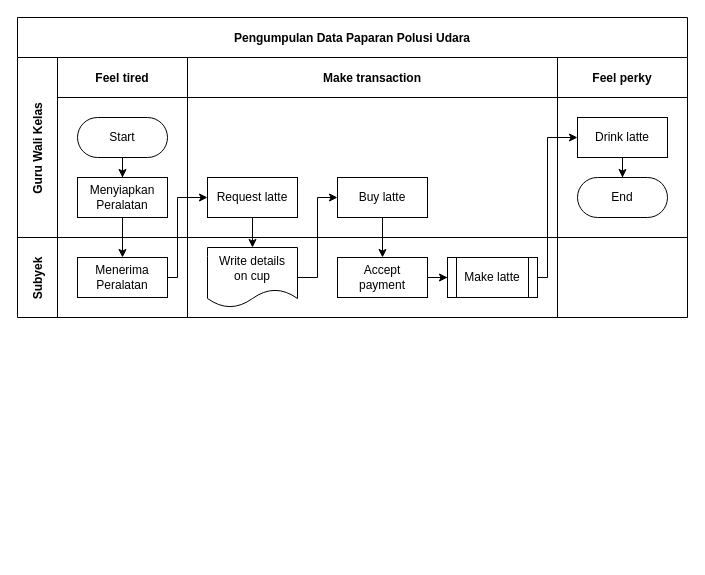
Earlier version of the draw.io diagram data_collection_breathe.drawio (dwi-agustian/udara). Source tidied: cells renumbered, new cells numbered last; positions are measured from the earlier drawing's top-left corner, leaving out a move shared by most shapes. Both pictures are drawn from the tidied source at 100%, with x=0, y=0 at pixel (17, 17).
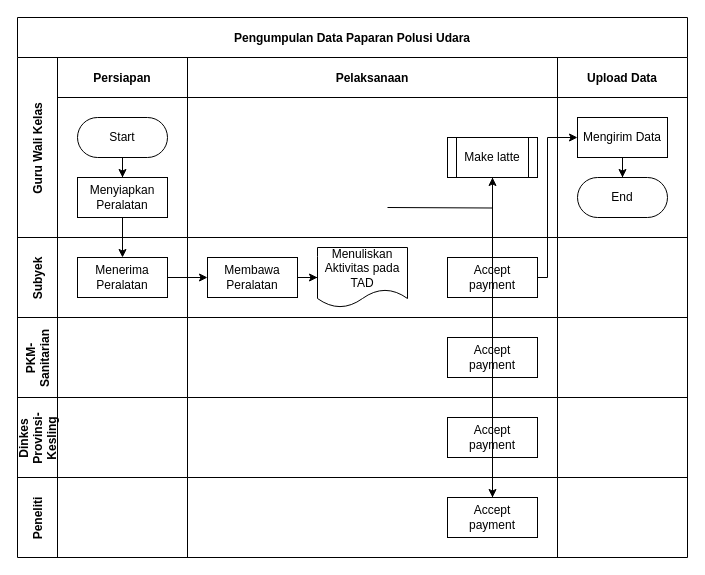
The same page after the edit.

Unchanged cells that the change refers to:
```xml
<mxCell id="4" value="Guru Wali Kelas" style="shape=tableRow;horizontal=0;swimlaneHead=0;swimlaneBody=0;top=0;left=0;bottom=0;right=0;fillColor=none;startSize=40;fontStyle=1;" parent="2" vertex="1">
  <mxGeometry y="40" width="670" height="180" as="geometry" />
</mxCell>
<mxCell id="17" style="swimlane;swimlaneHead=0;swimlaneBody=0;fillColor=none;startSize=0;fontStyle=1;" parent="16" vertex="1">
  <mxGeometry x="40" width="130" height="80" as="geometry" />
</mxCell>
<mxCell id="19" style="swimlane;swimlaneHead=0;swimlaneBody=0;fillColor=none;startSize=0;fontStyle=1;" parent="16" vertex="1">
  <mxGeometry x="170" width="370" height="80" as="geometry" />
</mxCell>
```

Diff of the diagram source:
```diff
@@
     <mxCell id="2" value="Pengumpulan Data Paparan Polusi Udara" style="shape=table;childLayout=tableLayout;startSize=40;fillColor=none;fontStyle=1;" parent="1" vertex="1">
-      <mxGeometry width="670" height="300" as="geometry" />
+      <mxGeometry width="670" height="540" as="geometry" />
     </mxCell>
@@
-    <mxCell id="5" value="Feel tired" style="swimlane;swimlaneHead=0;swimlaneBody=0;fillColor=none;startSize=40;fontStyle=1;" parent="4" vertex="1">
+    <mxCell id="5" value="Persiapan" style="swimlane;swimlaneHead=0;swimlaneBody=0;fillColor=none;startSize=40;fontStyle=1;" parent="4" vertex="1">
       <mxGeometry x="40" width="130" height="180" as="geometry" />
     </mxCell>
@@
-    <mxCell id="9" value="Make transaction" style="swimlane;swimlaneHead=0;swimlaneBody=0;fillColor=none;startSize=40;fontStyle=1;" parent="4" vertex="1">
+    <mxCell id="9" value="Pelaksanaan" style="swimlane;swimlaneHead=0;swimlaneBody=0;fillColor=none;startSize=40;fontStyle=1;" parent="4" vertex="1">
       <mxGeometry x="170" width="370" height="180" as="geometry" />
     </mxCell>
-    <mxCell id="10" value="Request latte" style="rounded=0;whiteSpace=wrap;html=1;" parent="9" vertex="1">
-      <mxGeometry x="20" y="120" width="90" height="40" as="geometry" />
-    </mxCell>
-    <mxCell id="11" value="Buy latte" style="rounded=0;whiteSpace=wrap;html=1;" parent="9" vertex="1">
-      <mxGeometry x="150" y="120" width="90" height="40" as="geometry" />
-    </mxCell>
+    <mxCell id="23" value="Make latte" style="shape=process;whiteSpace=wrap;html=1;backgroundOutline=1;" parent="9" vertex="1">
+      <mxGeometry x="260" y="80" width="90" height="40" as="geometry" />
+    </mxCell>
-    <mxCell id="12" value="Feel perky" style="swimlane;swimlaneHead=0;swimlaneBody=0;fillColor=none;startSize=40;fontStyle=1;" parent="4" vertex="1">
+    <mxCell id="12" value="Upload Data" style="swimlane;swimlaneHead=0;swimlaneBody=0;fillColor=none;startSize=40;fontStyle=1;" parent="4" vertex="1">
       <mxGeometry x="540" width="130" height="180" as="geometry" />
     </mxCell>
@@
-    <mxCell id="14" value="Drink latte" style="rounded=0;whiteSpace=wrap;html=1;" parent="12" vertex="1">
+    <mxCell id="14" value="Mengirim Data" style="rounded=0;whiteSpace=wrap;html=1;" parent="12" vertex="1">
       <mxGeometry x="20" y="60" width="90" height="40" as="geometry" />
     </mxCell>
@@
+    <mxCell id="29" style="edgeStyle=orthogonalEdgeStyle;rounded=0;jettySize=auto;html=1;" parent="4" edge="1" source="23" target="14">
+      <mxGeometry relative="1" as="geometry">
+        <Array as="points">
+          <mxPoint x="530" y="220" />
+          <mxPoint x="530" y="80" />
+        </Array>
+      </mxGeometry>
+    </mxCell>
+    <mxCell id="30" value="Subyek" style="shape=tableRow;horizontal=0;swimlaneHead=0;swimlaneBody=0;top=0;left=0;bottom=0;right=0;fillColor=none;startSize=40;fontStyle=1;" parent="2" vertex="1">
+      <mxGeometry y="220" width="670" height="80" as="geometry" />
+    </mxCell>
+    <mxCell id="31" style="swimlane;swimlaneHead=0;swimlaneBody=0;fillColor=none;startSize=0;fontStyle=1;" parent="30" vertex="1">
+      <mxGeometry x="40" width="130" height="80" as="geometry" />
+    </mxCell>
+    <mxCell id="18" value="Menerima Peralatan" style="rounded=0;whiteSpace=wrap;html=1;" parent="31" vertex="1">
+      <mxGeometry x="20" y="20" width="90" height="40" as="geometry" />
+    </mxCell>
+    <mxCell id="32" style="swimlane;swimlaneHead=0;swimlaneBody=0;fillColor=none;startSize=0;fontStyle=1;" parent="30" vertex="1">
+      <mxGeometry x="170" width="370" height="80" as="geometry" />
+    </mxCell>
+    <mxCell id="33" value="Accept&lt;br&gt;payment" style="rounded=0;whiteSpace=wrap;html=1;" parent="32" vertex="1">
+      <mxGeometry x="260" y="20" width="90" height="40" as="geometry" />
+    </mxCell>
+    <mxCell id="34" style="edgeStyle=orthogonalEdgeStyle;rounded=0;jettySize=auto;html=1;" parent="32" edge="1" source="35" target="36">
+      <mxGeometry relative="1" as="geometry" />
+    </mxCell>
+    <mxCell id="35" value="Membawa Peralatan" style="rounded=0;whiteSpace=wrap;html=1;" parent="32" vertex="1">
+      <mxGeometry x="20" y="20" width="90" height="40" as="geometry" />
+    </mxCell>
+    <mxCell id="36" value="Menuliskan Aktivitas pada TAD" style="shape=document;whiteSpace=wrap;html=1;boundedLbl=1;" parent="32" vertex="1">
+      <mxGeometry x="130" y="10" width="90" height="60" as="geometry" />
+    </mxCell>
+    <mxCell id="37" style="swimlane;swimlaneHead=0;swimlaneBody=0;fillColor=none;startSize=0;fontStyle=1;" parent="30" vertex="1">
+      <mxGeometry x="540" width="130" height="80" as="geometry" />
+    </mxCell>
+    <mxCell id="38" style="edgeStyle=orthogonalEdgeStyle;rounded=0;jettySize=auto;html=1;entryX=0;entryY=0.5;entryDx=0;entryDy=0;" parent="30" edge="1" source="18" target="35">
+      <mxGeometry relative="1" as="geometry">
+        <Array as="points">
+          <mxPoint x="170" y="40" />
+          <mxPoint x="170" y="40" />
+        </Array>
+      </mxGeometry>
+    </mxCell>
+    <mxCell id="39" value="PKM-&#10;Sanitarian" style="shape=tableRow;horizontal=0;swimlaneHead=0;swimlaneBody=0;top=0;left=0;bottom=0;right=0;fillColor=none;startSize=40;fontStyle=1;" parent="2" vertex="1">
+      <mxGeometry y="300" width="670" height="80" as="geometry" />
+    </mxCell>
+    <mxCell id="40" style="swimlane;swimlaneHead=0;swimlaneBody=0;fillColor=none;startSize=0;fontStyle=1;" parent="39" vertex="1">
+      <mxGeometry x="40" width="130" height="80" as="geometry" />
+    </mxCell>
+    <mxCell id="41" style="swimlane;swimlaneHead=0;swimlaneBody=0;fillColor=none;startSize=0;fontStyle=1;" parent="39" vertex="1">
+      <mxGeometry x="170" width="370" height="80" as="geometry" />
+    </mxCell>
+    <mxCell id="42" value="Accept&lt;br&gt;payment" style="rounded=0;whiteSpace=wrap;html=1;" parent="41" vertex="1">
+      <mxGeometry x="260" y="20" width="90" height="40" as="geometry" />
+    </mxCell>
+    <mxCell id="43" style="swimlane;swimlaneHead=0;swimlaneBody=0;fillColor=none;startSize=0;fontStyle=1;" parent="39" vertex="1">
+      <mxGeometry x="540" width="130" height="80" as="geometry" />
+    </mxCell>
+    <mxCell id="44" value="Dinkes&#10;Provinsi-&#10;Kesling" style="shape=tableRow;horizontal=0;swimlaneHead=0;swimlaneBody=0;top=0;left=0;bottom=0;right=0;fillColor=none;startSize=40;fontStyle=1;" parent="2" vertex="1">
+      <mxGeometry y="380" width="670" height="80" as="geometry" />
+    </mxCell>
+    <mxCell id="45" style="swimlane;swimlaneHead=0;swimlaneBody=0;fillColor=none;startSize=0;fontStyle=1;" parent="44" vertex="1">
+      <mxGeometry x="40" width="130" height="80" as="geometry" />
+    </mxCell>
+    <mxCell id="46" style="swimlane;swimlaneHead=0;swimlaneBody=0;fillColor=none;startSize=0;fontStyle=1;" parent="44" vertex="1">
+      <mxGeometry x="170" width="370" height="80" as="geometry" />
+    </mxCell>
+    <mxCell id="47" value="Accept&lt;br&gt;payment" style="rounded=0;whiteSpace=wrap;html=1;" parent="46" vertex="1">
+      <mxGeometry x="260" y="20" width="90" height="40" as="geometry" />
+    </mxCell>
+    <mxCell id="48" style="swimlane;swimlaneHead=0;swimlaneBody=0;fillColor=none;startSize=0;fontStyle=1;" parent="44" vertex="1">
+      <mxGeometry x="540" width="130" height="80" as="geometry" />
+    </mxCell>
-    <mxCell id="16" value="Subyek" style="shape=tableRow;horizontal=0;swimlaneHead=0;swimlaneBody=0;top=0;left=0;bottom=0;right=0;fillColor=none;startSize=40;fontStyle=1;" parent="2" vertex="1">
-      <mxGeometry y="220" width="670" height="80" as="geometry" />
+    <mxCell id="16" value="Peneliti" style="shape=tableRow;horizontal=0;swimlaneHead=0;swimlaneBody=0;top=0;left=0;bottom=0;right=0;fillColor=none;startSize=40;fontStyle=1;" parent="2" vertex="1">
+      <mxGeometry y="460" width="670" height="80" as="geometry" />
     </mxCell>
@@
-    <mxCell id="18" value="Menerima Peralatan" style="rounded=0;whiteSpace=wrap;html=1;" parent="17" vertex="1">
-      <mxGeometry x="20" y="20" width="90" height="40" as="geometry" />
-    </mxCell>
@@
+    <mxCell id="21" value="Accept&lt;br&gt;payment" style="rounded=0;whiteSpace=wrap;html=1;" parent="19" vertex="1">
+      <mxGeometry x="260" y="20" width="90" height="40" as="geometry" />
+    </mxCell>
+    <mxCell id="24" style="swimlane;swimlaneHead=0;swimlaneBody=0;fillColor=none;startSize=0;fontStyle=1;" parent="16" vertex="1">
+      <mxGeometry x="540" width="130" height="80" as="geometry" />
+    </mxCell>
+    <mxCell id="28" style="edgeStyle=orthogonalEdgeStyle;rounded=0;jettySize=auto;html=1;" parent="2" edge="1" target="21">
+      <mxGeometry relative="1" as="geometry">
+        <mxPoint x="370" y="190" as="sourcePoint" />
+      </mxGeometry>
+    </mxCell>
-    <mxCell id="20" style="edgeStyle=orthogonalEdgeStyle;rounded=0;jettySize=auto;html=1;" parent="19" edge="1" source="21" target="23">
+    <mxCell id="20" style="edgeStyle=orthogonalEdgeStyle;rounded=0;jettySize=auto;html=1;" parent="2" edge="1" source="21" target="23">
       <mxGeometry relative="1" as="geometry" />
     </mxCell>
-    <mxCell id="21" value="Accept&lt;br&gt;payment" style="rounded=0;whiteSpace=wrap;html=1;" parent="19" vertex="1">
-      <mxGeometry x="150" y="20" width="90" height="40" as="geometry" />
-    </mxCell>
-    <mxCell id="22" value="Write details&lt;br&gt;on cup" style="shape=document;whiteSpace=wrap;html=1;boundedLbl=1;" parent="19" vertex="1">
-      <mxGeometry x="20" y="10" width="90" height="60" as="geometry" />
-    </mxCell>
-    <mxCell id="23" value="Make latte" style="shape=process;whiteSpace=wrap;html=1;backgroundOutline=1;" parent="19" vertex="1">
-      <mxGeometry x="260" y="20" width="90" height="40" as="geometry" />
-    </mxCell>
-    <mxCell id="24" style="swimlane;swimlaneHead=0;swimlaneBody=0;fillColor=none;startSize=0;fontStyle=1;" parent="16" vertex="1">
-      <mxGeometry x="540" width="130" height="80" as="geometry" />
-    </mxCell>
-    <mxCell id="25" style="edgeStyle=orthogonalEdgeStyle;rounded=0;jettySize=auto;html=1;" parent="2" edge="1" source="18" target="10">
-      <mxGeometry relative="1" as="geometry">
-        <Array as="points">
-          <mxPoint x="160" y="260" />
-          <mxPoint x="160" y="180" />
-        </Array>
-      </mxGeometry>
-    </mxCell>
-    <mxCell id="26" style="edgeStyle=orthogonalEdgeStyle;rounded=0;jettySize=auto;html=1;" parent="2" edge="1" source="10" target="22">
-      <mxGeometry relative="1" as="geometry" />
-    </mxCell>
-    <mxCell id="27" style="edgeStyle=orthogonalEdgeStyle;rounded=0;jettySize=auto;html=1;" parent="2" edge="1" source="22" target="11">
-      <mxGeometry relative="1" as="geometry">
-        <Array as="points">
-          <mxPoint x="300" y="260" />
-          <mxPoint x="300" y="180" />
-        </Array>
-      </mxGeometry>
-    </mxCell>
-    <mxCell id="28" style="edgeStyle=orthogonalEdgeStyle;rounded=0;jettySize=auto;html=1;" parent="2" edge="1" source="11" target="21">
-      <mxGeometry relative="1" as="geometry" />
-    </mxCell>
-    <mxCell id="29" style="edgeStyle=orthogonalEdgeStyle;rounded=0;jettySize=auto;html=1;" parent="2" edge="1" source="23" target="14">
-      <mxGeometry relative="1" as="geometry">
-        <Array as="points">
-          <mxPoint x="530" y="260" />
-          <mxPoint x="530" y="120" />
-        </Array>
-      </mxGeometry>
-    </mxCell>
```
